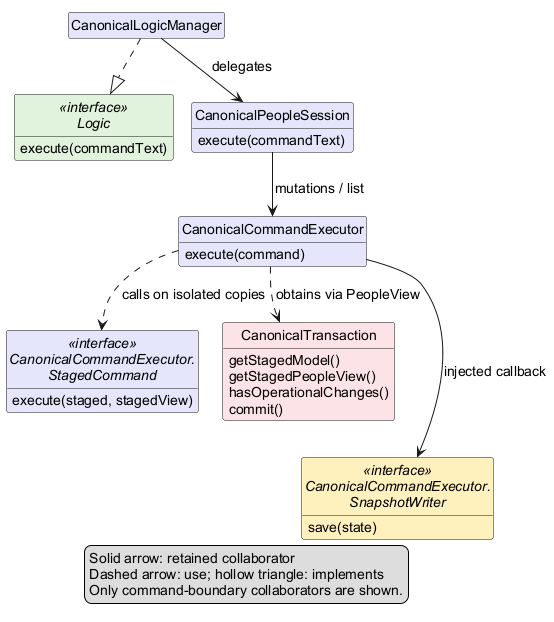
Above: docs/images/LogicClassDiagram.png in AY2627S1-CS2103T-F13-3/tp (PlantUML), before the change.
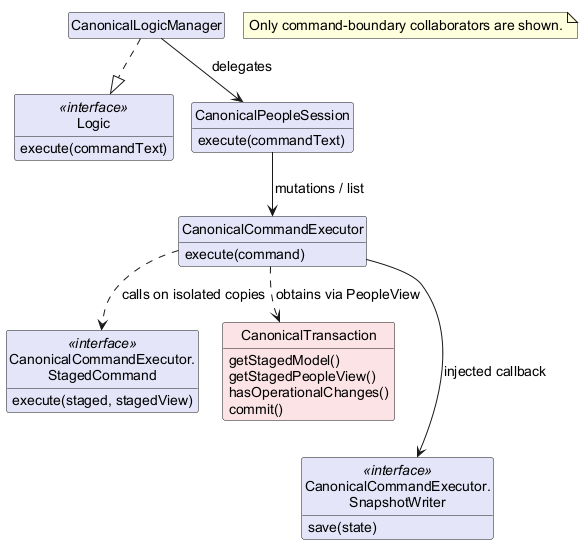
The same file after the commit.

The edit, as a diff of the source:
```diff
@@ -6,7 +6,7 @@
 skinparam defaultFontSize 14
 skinparam shadowing false
 skinparam classAttributeIconSize 0
-interface Logic <<interface>> #E1F2DC {
+class Logic <<interface>> #E5E5FA {
   execute(commandText)
 }
 class CanonicalLogicManager #E5E5FA
@@ -16,7 +16,7 @@
 class CanonicalCommandExecutor #E5E5FA {
   execute(command)
 }
-interface "CanonicalCommandExecutor.\nStagedCommand" as StagedCommand <<interface>> #E5E5FA {
+class "CanonicalCommandExecutor.\nStagedCommand" as StagedCommand <<interface>> #E5E5FA {
   execute(staged, stagedView)
 }
 class CanonicalTransaction #FBE3E6 {
@@ -25,7 +25,7 @@
   hasOperationalChanges()
   commit()
 }
-interface "CanonicalCommandExecutor.\nSnapshotWriter" as Writer <<interface>> #FFF0BD {
+class "CanonicalCommandExecutor.\nSnapshotWriter" as Writer <<interface>> #E5E5FA {
   save(state)
 }
 CanonicalLogicManager ..|> Logic
@@ -35,9 +35,7 @@
 CanonicalCommandExecutor ..> CanonicalTransaction : obtains via PeopleView
 CanonicalCommandExecutor --> Writer : injected callback
 CanonicalTransaction -[hidden]-> Writer
-legend bottom
-  Solid arrow: retained collaborator
-  Dashed arrow: use; hollow triangle: implements
+note as LogicScope
   Only command-boundary collaborators are shown.
-endlegend
+end note
 @enduml
```
